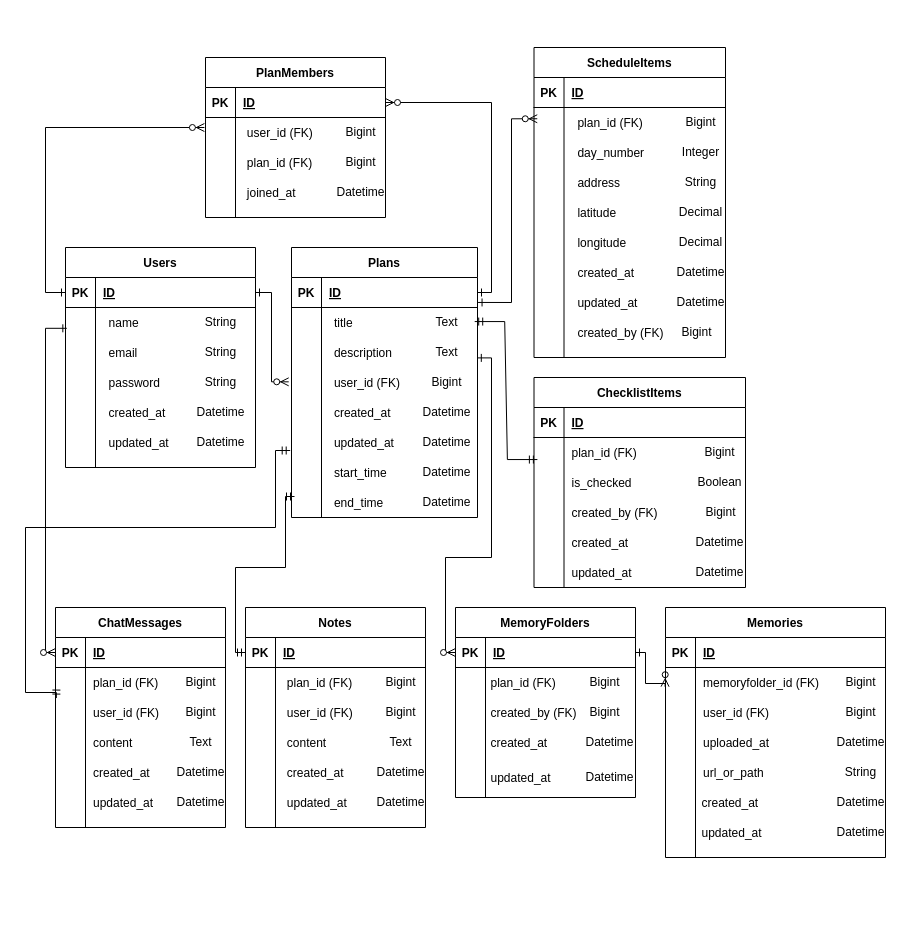
honsu1004/travel-editor keeps this draw.io diagram as add-er-diagram.drawio. Above is the earlier version. Source tidied: cells renumbered, new cells numbered last; positions are measured from the earlier drawing's top-left corner, leaving out a move shared by most shapes. Both pictures are drawn from the tidied source at 100%, with x=0, y=0 at pixel (25, 47).
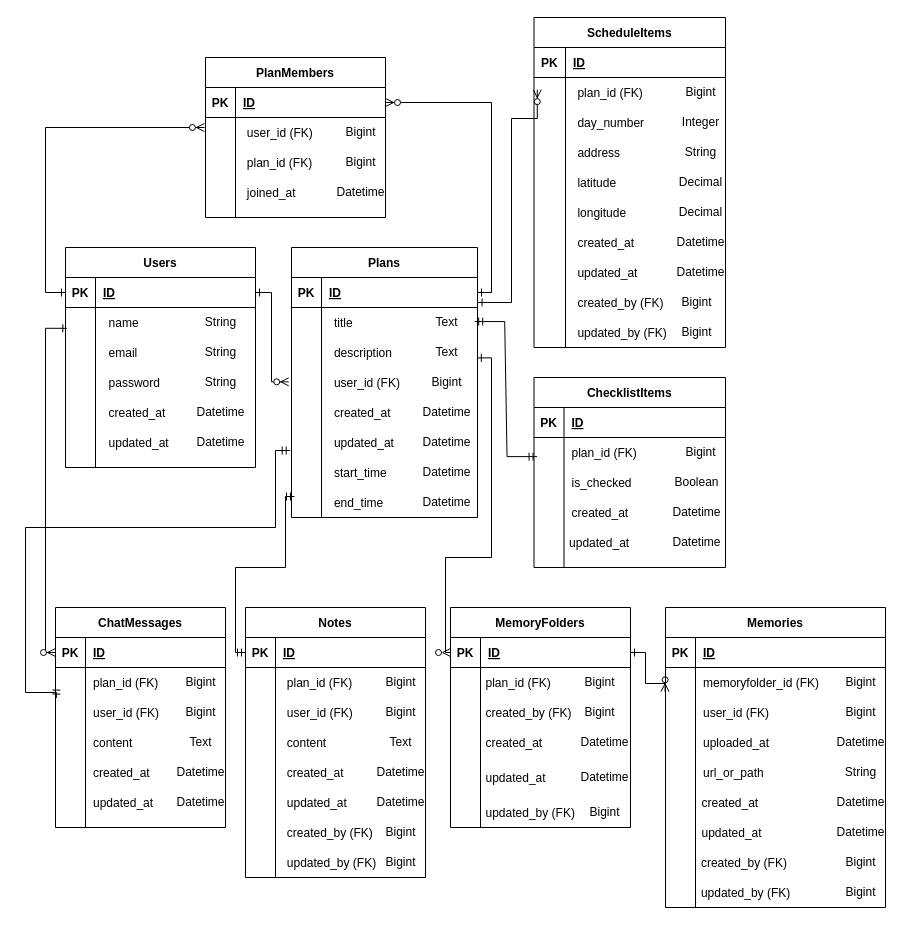
The same diagram, later.

Commit message (it also covers changes not shown here):
add-er-diagram.drawio を更新します

The change refers to these unchanged cells:
```xml
<mxCell id="41" style="shape=partialRectangle;fillColor=none;top=0;left=0;right=0;bottom=1;" parent="40" vertex="1">
  <mxGeometry y="30" width="191.5" height="30" as="geometry" />
</mxCell>
```

The edit, as a diff of the source:
```diff
@@
     <mxCell id="36" style="group;" parent="1" vertex="1">
-      <mxGeometry x="508.5" width="201.5" height="310" as="geometry" />
+      <mxGeometry x="508.5" y="-30" width="201.5" height="330" as="geometry" />
     </mxCell>
     <mxCell id="37" style="group;" parent="36" vertex="1">
-      <mxGeometry width="201.5" height="310" as="geometry" />
+      <mxGeometry width="201.5" height="330" as="geometry" />
     </mxCell>
@@
     <mxCell id="39" style="group;" parent="37" vertex="1">
-      <mxGeometry width="201.5" height="310" as="geometry" />
+      <mxGeometry width="201.5" height="330" as="geometry" />
     </mxCell>
     <mxCell id="40" value="ScheduleItems" style="shape=table;startSize=30;childLayout=tableLayout;rowLines=0;fontStyle=1;align=center;" parent="39" vertex="1">
-      <mxGeometry width="191.5" height="310" as="geometry" />
+      <mxGeometry width="191.5" height="330" as="geometry" />
     </mxCell>
@@
     <mxCell id="42" value="PK" style="shape=partialRectangle;overflow=hidden;fillColor=none;top=0;left=0;bottom=0;right=0;fontStyle=1;" parent="41" vertex="1">
-      <mxGeometry width="30" height="30" as="geometry" />
+      <mxGeometry width="31.5" height="30" as="geometry" />
     </mxCell>
     <mxCell id="43" value="ID" style="shape=partialRectangle;overflow=hidden;fillColor=none;top=0;left=0;bottom=0;right=0;align=left;spacingLeft=6;fontStyle=5;" parent="41" vertex="1">
-      <mxGeometry x="30" width="161.5" height="30" as="geometry" />
+      <mxGeometry x="31.5" width="160" height="30" as="geometry" />
     </mxCell>
     <mxCell id="44" style="shape=partialRectangle;fillColor=none;points=[[0,0.5],[1,0.5]];portConstraint=eastwest;top=0;left=0;right=0;bottom=0;" parent="40" vertex="1">
-      <mxGeometry y="60" width="191.5" height="250" as="geometry" />
+      <mxGeometry y="60" width="191.5" height="270" as="geometry" />
     </mxCell>
     <mxCell id="45" style="shape=partialRectangle;overflow=hidden;fillColor=none;top=0;left=0;bottom=0;right=0;" parent="44" vertex="1">
-      <mxGeometry width="30" height="250" as="geometry" />
+      <mxGeometry width="31.5" height="270" as="geometry" />
     </mxCell>
     <mxCell id="46" style="shape=partialRectangle;overflow=hidden;fillColor=none;top=0;left=0;bottom=0;right=0;align=left;spacingLeft=6;" parent="44" vertex="1">
-      <mxGeometry x="30" width="161.5" height="250" as="geometry" />
+      <mxGeometry x="31.5" width="160" height="270" as="geometry" />
     </mxCell>
@@
+    <mxCell id="183" value="updated_by (FK)" style="shape=partialRectangle;overflow=hidden;fillColor=none;top=0;left=0;bottom=0;right=0;align=left;spacingLeft=6;" parent="39" vertex="1">
+      <mxGeometry x="35.9" y="300" width="155.6" height="30" as="geometry" />
+    </mxCell>
@@
-    <mxCell id="65" value="created_at" style="shape=partialRectangle;overflow=hidden;fillColor=none;top=0;left=0;bottom=0;right=0;align=left;spacingLeft=6;" parent="1" vertex="1">
-      <mxGeometry x="538.5" y="480" width="130" height="30" as="geometry" />
-    </mxCell>
-    <mxCell id="66" value="created_by (FK)" style="shape=partialRectangle;overflow=hidden;fillColor=none;top=0;left=0;bottom=0;right=0;align=left;spacingLeft=6;" parent="1" vertex="1">
-      <mxGeometry x="538.5" y="450" width="130" height="30" as="geometry" />
-    </mxCell>
     <mxCell id="67" value="ChecklistItems" style="shape=table;startSize=30;childLayout=tableLayout;rowLines=0;fontStyle=1;align=center;" parent="1" vertex="1">
-      <mxGeometry x="508.5" y="330" width="211.5" height="210" as="geometry" />
+      <mxGeometry x="508.5" y="330" width="191.5" height="190" as="geometry" />
     </mxCell>
     <mxCell id="68" style="shape=partialRectangle;fillColor=none;top=0;left=0;right=0;bottom=1;" parent="67" vertex="1">
-      <mxGeometry y="30" width="211.5" height="30" as="geometry" />
+      <mxGeometry y="30" width="191.5" height="30" as="geometry" />
     </mxCell>
@@
     <mxCell id="70" value="ID" style="shape=partialRectangle;overflow=hidden;fillColor=none;top=0;left=0;bottom=0;right=0;align=left;spacingLeft=6;fontStyle=5;" parent="68" vertex="1">
-      <mxGeometry x="30" width="181.5" height="30" as="geometry" />
+      <mxGeometry x="30" width="161.5" height="30" as="geometry" />
     </mxCell>
     <mxCell id="71" style="shape=partialRectangle;fillColor=none;points=[[0,0.5],[1,0.5]];portConstraint=eastwest;top=0;left=0;right=0;bottom=0;" parent="67" vertex="1">
-      <mxGeometry y="60" width="211.5" height="150" as="geometry" />
+      <mxGeometry y="60" width="191.5" height="130" as="geometry" />
     </mxCell>
     <mxCell id="72" style="shape=partialRectangle;overflow=hidden;fillColor=none;top=0;left=0;bottom=0;right=0;" parent="71" vertex="1">
-      <mxGeometry width="30" height="150" as="geometry" />
+      <mxGeometry width="30" height="130" as="geometry" />
     </mxCell>
     <mxCell id="73" style="shape=partialRectangle;overflow=hidden;fillColor=none;top=0;left=0;bottom=0;right=0;align=left;spacingLeft=6;" parent="71" vertex="1">
-      <mxGeometry x="30" width="181.5" height="150" as="geometry" />
+      <mxGeometry x="30" width="161.5" height="130" as="geometry" />
     </mxCell>
@@
     <mxCell id="115" style="group;" parent="1" vertex="1">
-      <mxGeometry x="220" y="560" width="190" height="220" as="geometry" />
+      <mxGeometry x="220" y="560" width="190" height="270" as="geometry" />
     </mxCell>
     <mxCell id="116" value="Notes" style="shape=table;startSize=30;childLayout=tableLayout;rowLines=0;fontStyle=1;align=center;" parent="115" vertex="1">
-      <mxGeometry width="180" height="220" as="geometry" />
+      <mxGeometry width="180" height="270" as="geometry" />
     </mxCell>
@@
     <mxCell id="120" style="shape=partialRectangle;fillColor=none;top=0;left=0;right=0;bottom=0;" parent="116" vertex="1">
-      <mxGeometry y="60" width="180" height="160" as="geometry" />
+      <mxGeometry y="60" width="180" height="210" as="geometry" />
     </mxCell>
     <mxCell id="121" style="shape=partialRectangle;overflow=hidden;fillColor=none;top=0;left=0;bottom=0;right=0;" parent="120" vertex="1">
-      <mxGeometry width="30" height="160" as="geometry" />
+      <mxGeometry width="30" height="210" as="geometry" />
     </mxCell>
     <mxCell id="122" style="shape=partialRectangle;overflow=hidden;fillColor=none;top=0;left=0;bottom=0;right=0;align=left;spacingLeft=6;" parent="120" vertex="1">
-      <mxGeometry x="30" width="150" height="160" as="geometry" />
+      <mxGeometry x="30" width="150" height="210" as="geometry" />
     </mxCell>
@@
+    <mxCell id="184" value="created_by (FK)" style="shape=partialRectangle;overflow=hidden;fillColor=none;top=0;left=0;bottom=0;right=0;align=left;spacingLeft=6;" parent="115" vertex="1">
+      <mxGeometry x="33.8" y="210" width="155.6" height="30" as="geometry" />
+    </mxCell>
+    <mxCell id="185" value="Bigint" style="text;html=1;align=center;verticalAlign=middle;strokeColor=none;fillColor=none;" parent="115" vertex="1">
+      <mxGeometry x="130" y="210" width="50" height="30" as="geometry" />
+    </mxCell>
+    <mxCell id="186" value="updated_by (FK)" style="shape=partialRectangle;overflow=hidden;fillColor=none;top=0;left=0;bottom=0;right=0;align=left;spacingLeft=6;" parent="115" vertex="1">
+      <mxGeometry x="33.8" y="240" width="155.6" height="30" as="geometry" />
+    </mxCell>
+    <mxCell id="187" value="Bigint" style="text;html=1;align=center;verticalAlign=middle;strokeColor=none;fillColor=none;" parent="115" vertex="1">
+      <mxGeometry x="130" y="240" width="50" height="30" as="geometry" />
+    </mxCell>
@@
     <mxCell id="134" value="Bigint" style="text;html=1;align=center;verticalAlign=middle;strokeColor=none;fillColor=none;" parent="1" vertex="1">
-      <mxGeometry x="668.5" y="390" width="50" height="30" as="geometry" />
+      <mxGeometry x="650" y="390" width="50" height="30" as="geometry" />
     </mxCell>
     <mxCell id="135" value="Boolean" style="text;html=1;align=center;verticalAlign=middle;strokeColor=none;fillColor=none;" parent="1" vertex="1">
-      <mxGeometry x="658.5" y="420" width="70" height="30" as="geometry" />
+      <mxGeometry x="636" y="420" width="70" height="30" as="geometry" />
     </mxCell>
-    <mxCell id="136" value="Bigint" style="text;html=1;align=center;verticalAlign=middle;strokeColor=none;fillColor=none;" parent="1" vertex="1">
-      <mxGeometry x="670" y="450" width="50" height="30" as="geometry" />
-    </mxCell>
     <mxCell id="137" value="Datetime" style="text;html=1;align=center;verticalAlign=middle;strokeColor=none;fillColor=none;" parent="1" vertex="1">
-      <mxGeometry x="658.5" y="480" width="70" height="30" as="geometry" />
+      <mxGeometry x="636" y="450" width="70" height="30" as="geometry" />
     </mxCell>
     <mxCell id="138" style="group;" parent="1" vertex="1">
-      <mxGeometry x="435" y="560" width="184" height="185" as="geometry" />
+      <mxGeometry x="430" y="560" width="184" height="220" as="geometry" />
     </mxCell>
@@
     <mxCell id="143" value="MemoryFolders" style="shape=table;startSize=30;childLayout=tableLayout;rowLines=0;fontStyle=1;align=center;" parent="138" vertex="1">
-      <mxGeometry x="-5" width="180" height="190" as="geometry" />
+      <mxGeometry x="-5" width="180" height="220" as="geometry" />
     </mxCell>
@@
     <mxCell id="147" style="shape=partialRectangle;fillColor=none;top=0;left=0;right=0;bottom=0;" parent="143" vertex="1">
-      <mxGeometry y="60" width="180" height="130" as="geometry" />
+      <mxGeometry y="60" width="180" height="160" as="geometry" />
     </mxCell>
     <mxCell id="148" style="shape=partialRectangle;overflow=hidden;fillColor=none;top=0;left=0;bottom=0;right=0;" parent="147" vertex="1">
-      <mxGeometry width="30" height="130" as="geometry" />
+      <mxGeometry width="30" height="160" as="geometry" />
     </mxCell>
     <mxCell id="149" style="shape=partialRectangle;overflow=hidden;fillColor=none;top=0;left=0;bottom=0;right=0;align=left;spacingLeft=6;" parent="147" vertex="1">
-      <mxGeometry x="30" width="150" height="130" as="geometry" />
+      <mxGeometry x="30" width="150" height="160" as="geometry" />
     </mxCell>
@@
+    <mxCell id="188" value="updated_by (FK)" style="shape=partialRectangle;overflow=hidden;fillColor=none;top=0;left=0;bottom=0;right=0;align=left;spacingLeft=6;" parent="138" vertex="1">
+      <mxGeometry x="22.5" y="190" width="155.6" height="30" as="geometry" />
+    </mxCell>
+    <mxCell id="189" value="Bigint" style="text;html=1;align=center;verticalAlign=middle;strokeColor=none;fillColor=none;" parent="138" vertex="1">
+      <mxGeometry x="124" y="190" width="50" height="30" as="geometry" />
+    </mxCell>
@@
     <mxCell id="158" value="Bigint" style="text;html=1;align=center;verticalAlign=middle;strokeColor=none;fillColor=none;" parent="1" vertex="1">
-      <mxGeometry x="646" y="270" width="50" height="30" as="geometry" />
+      <mxGeometry x="646" y="240" width="50" height="30" as="geometry" />
     </mxCell>
@@
     <mxCell id="165" value="Memories" style="shape=table;startSize=30;childLayout=tableLayout;rowLines=0;fontStyle=1;align=center;" parent="1" vertex="1">
-      <mxGeometry x="640" y="560" width="220" height="250" as="geometry" />
+      <mxGeometry x="640" y="560" width="220" height="300" as="geometry" />
     </mxCell>
@@
     <mxCell id="169" style="shape=partialRectangle;fillColor=none;points=[[0,0.5],[1,0.5]];portConstraint=eastwest;top=0;left=0;right=0;bottom=0;" parent="165" vertex="1">
-      <mxGeometry y="60" width="220" height="190" as="geometry" />
+      <mxGeometry y="60" width="220" height="240" as="geometry" />
     </mxCell>
     <mxCell id="170" style="shape=partialRectangle;overflow=hidden;fillColor=none;top=0;left=0;bottom=0;right=0;" parent="169" vertex="1">
-      <mxGeometry width="30" height="190" as="geometry" />
+      <mxGeometry width="30" height="240" as="geometry" />
     </mxCell>
     <mxCell id="171" style="shape=partialRectangle;overflow=hidden;fillColor=none;top=0;left=0;bottom=0;right=0;align=left;spacingLeft=6;" parent="169" vertex="1">
-      <mxGeometry x="30" width="190" height="190" as="geometry" />
+      <mxGeometry x="30" width="190" height="240" as="geometry" />
     </mxCell>
@@
     <mxCell id="181" value="updated_at" style="shape=partialRectangle;overflow=hidden;fillColor=none;top=0;left=0;bottom=0;right=0;align=left;spacingLeft=6;" parent="1" vertex="1">
-      <mxGeometry x="538.5" y="510" width="146.2" height="30" as="geometry" />
+      <mxGeometry x="536.1" y="480" width="146.2" height="30" as="geometry" />
     </mxCell>
     <mxCell id="182" value="Datetime" style="text;html=1;align=center;verticalAlign=middle;strokeColor=none;fillColor=none;" parent="1" vertex="1">
-      <mxGeometry x="658.5" y="510" width="70" height="30" as="geometry" />
+      <mxGeometry x="636" y="480" width="70" height="30" as="geometry" />
     </mxCell>
+    <mxCell id="190" value="Bigint" style="text;html=1;align=center;verticalAlign=middle;strokeColor=none;fillColor=none;" parent="1" vertex="1">
+      <mxGeometry x="646" y="270" width="50" height="30" as="geometry" />
+    </mxCell>
+    <mxCell id="65" value="created_at" style="shape=partialRectangle;overflow=hidden;fillColor=none;top=0;left=0;bottom=0;right=0;align=left;spacingLeft=6;" parent="1" vertex="1">
+      <mxGeometry x="538.5" y="450" width="146.2" height="30" as="geometry" />
+    </mxCell>
+    <mxCell id="191" value="created_by (FK)" style="shape=partialRectangle;overflow=hidden;fillColor=none;top=0;left=0;bottom=0;right=0;align=left;spacingLeft=6;" parent="1" vertex="1">
+      <mxGeometry x="667.9" y="800" width="155.6" height="30" as="geometry" />
+    </mxCell>
+    <mxCell id="192" value="Bigint" style="text;html=1;align=center;verticalAlign=middle;strokeColor=none;fillColor=none;" parent="1" vertex="1">
+      <mxGeometry x="810" y="800" width="50" height="30" as="geometry" />
+    </mxCell>
+    <mxCell id="193" value="updated_by (FK)" style="shape=partialRectangle;overflow=hidden;fillColor=none;top=0;left=0;bottom=0;right=0;align=left;spacingLeft=6;" parent="1" vertex="1">
+      <mxGeometry x="667.9" y="830" width="155.6" height="30" as="geometry" />
+    </mxCell>
+    <mxCell id="194" value="Bigint" style="text;html=1;align=center;verticalAlign=middle;strokeColor=none;fillColor=none;" parent="1" vertex="1">
+      <mxGeometry x="810" y="830" width="50" height="30" as="geometry" />
+    </mxCell>
```
